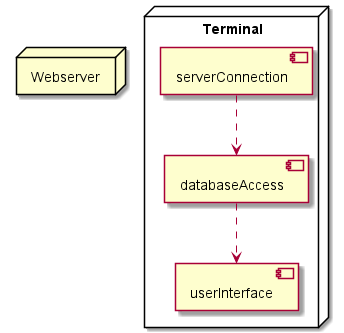
Above: docs/architecture/images/Component_Diagram/component_diagram.png in Lernni/E2-Anwesenheitserfassung-fuer-Modellflugplatz (PlantUML), before the change. The source it was exported from:
```plantuml
@startuml

node "Terminal" {
    [databaseAccess] ..> [userInterface]
    [serverConnection] ..> [databaseAccess]
}

node "Webserver"


@enduml
```
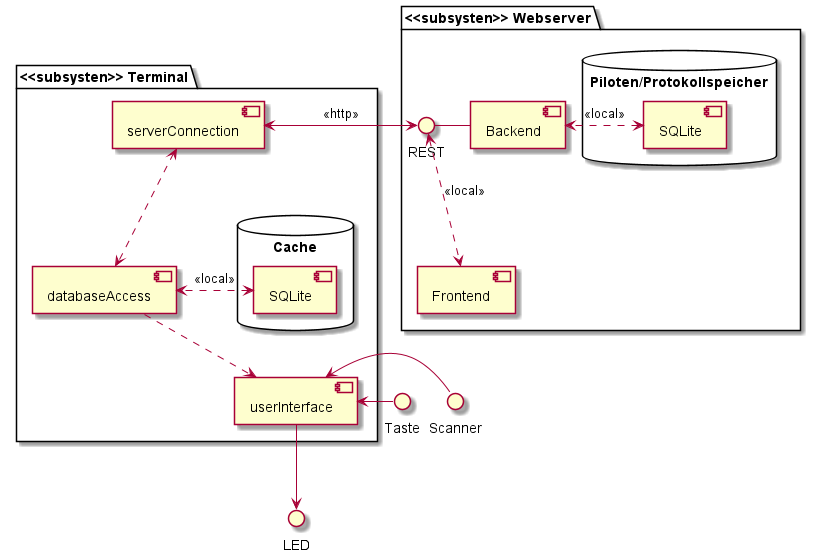
The same file after the commit.

The edit, as a diff of the source:
```diff
@@ -1,11 +1,28 @@
-@startuml
+@startuml component_diagram
 
-node "Terminal" {
+package "<<subsysten>> Terminal" {
     [databaseAccess] ..> [userInterface]
-    [serverConnection] ..> [databaseAccess]
+    [serverConnection] <..> [databaseAccess]
+    database "Cache" {
+        [SQLite] as db1
+    }
+    db1 <.> [databaseAccess] : <<local>>
 }
 
-node "Webserver"
+[userInterface] --> LED
+Taste -> [userInterface]
+[userInterface] <- Scanner
 
+package "<<subsysten>> Webserver" {
+    REST - [Backend]
+    REST <..> [Frontend]  : <<local>>
+    database "Piloten/Protokollspeicher" {
+        [SQLite] as db2
+    }
+    db2 <.> [Backend]  : <<local>>
+
+}
+
+[serverConnection] <-> REST  : <<http>>
 
 @enduml
```
